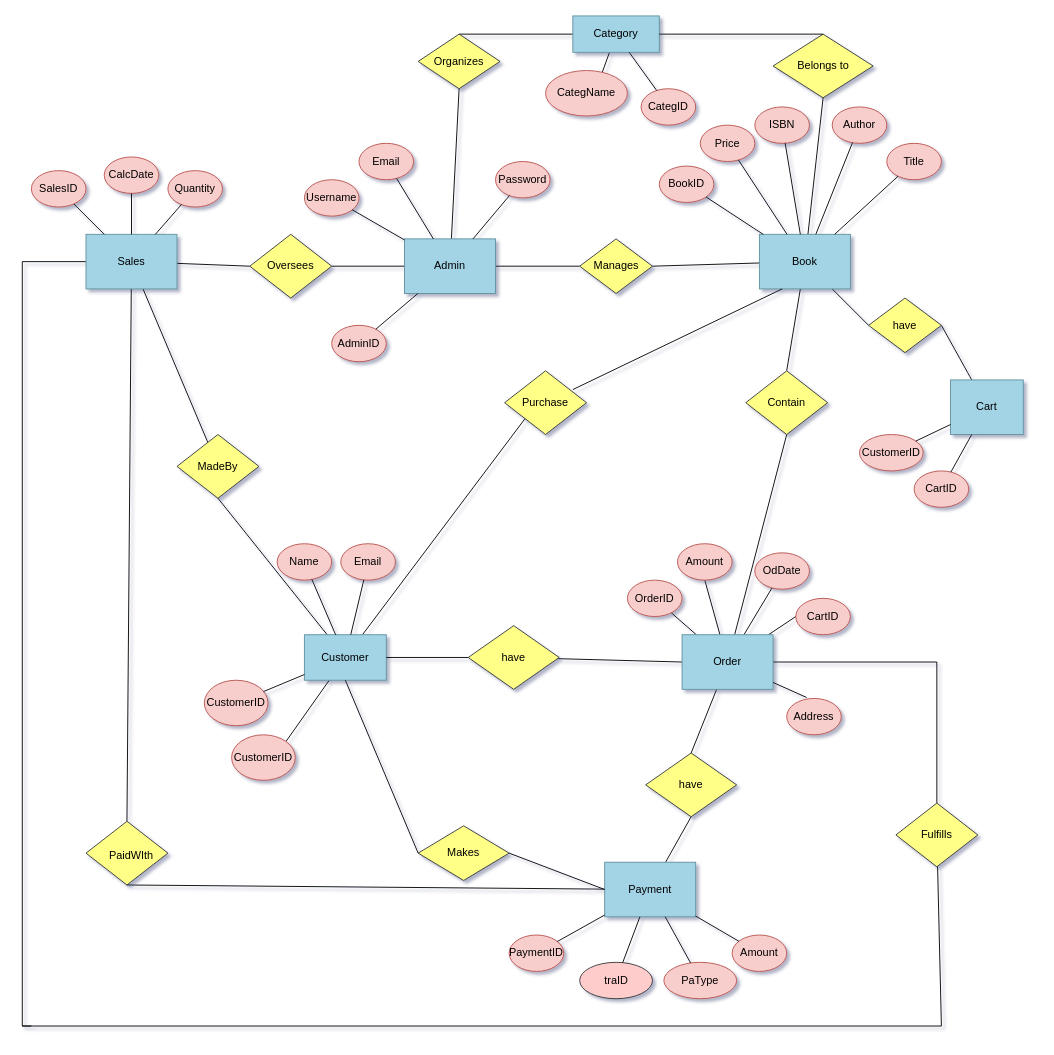
Above: shuchi.drawio in Zul-Qarnain/Database_project (draw.io), before the change. Source tidied: cells renumbered, new cells numbered last; positions are measured from the earlier drawing's top-left corner, leaving out a move shared by most shapes. Both pictures are drawn from the tidied source at 91%, with x=0, y=0 at pixel (22, 15).
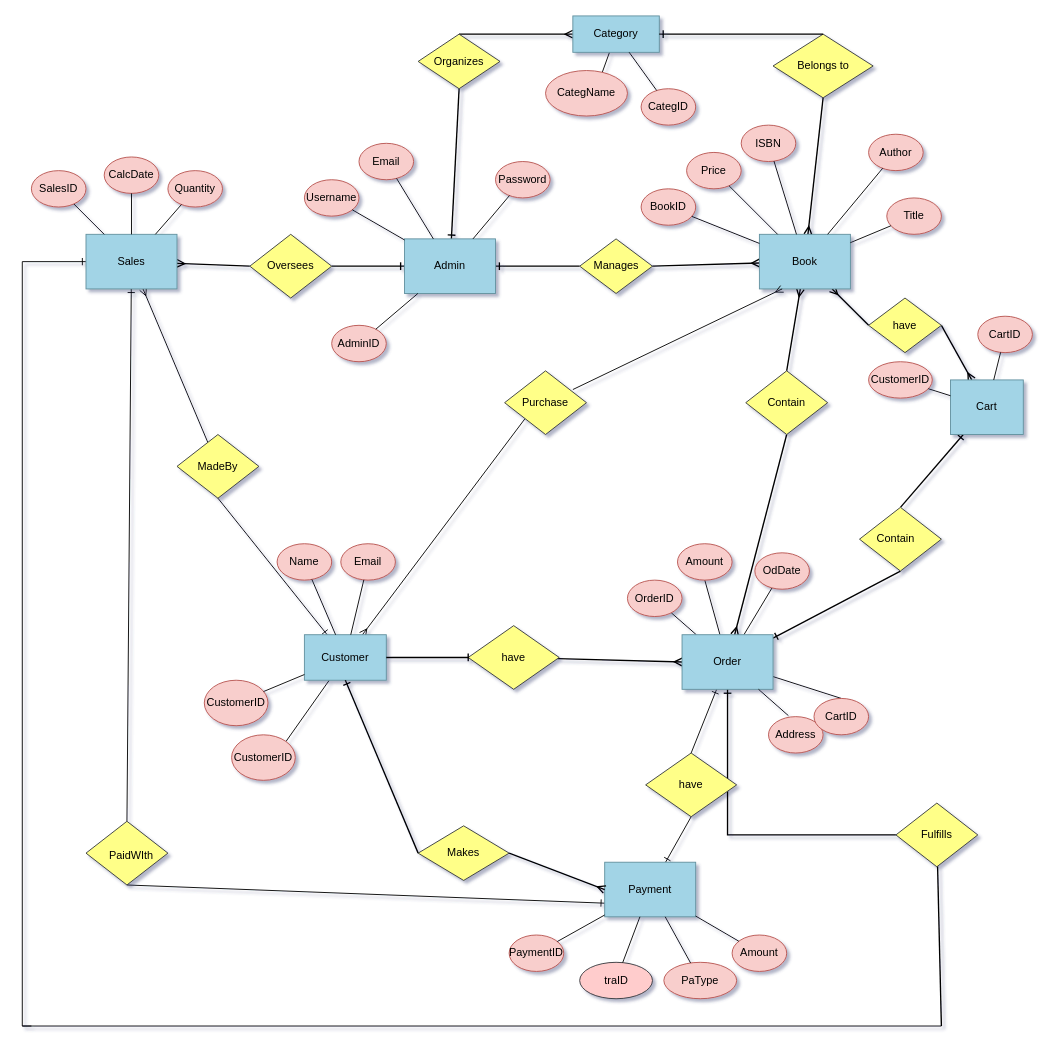
After the change.

The change refers to these unchanged cells:
```xml
<mxCell id="5" value="Admin" style="rounded=0;whiteSpace=wrap;html=1;fillColor=#a2d4e6;strokeColor=#63919f;" parent="1" vertex="1">
  <mxGeometry x="420" y="245" width="100" height="60" as="geometry" />
</mxCell>
<mxCell id="14" value="Manages" style="rhombus;whiteSpace=wrap;html=1;fillColor=#ffff88;strokeColor=#36393d;" parent="1" vertex="1">
  <mxGeometry x="612.5" y="245" width="80" height="60" as="geometry" />
</mxCell>
<mxCell id="19" value="Book" style="rounded=0;whiteSpace=wrap;html=1;fillColor=#a2d4e6;strokeColor=#63919f;" parent="1" vertex="1">
  <mxGeometry x="810" y="240" width="100" height="60" as="geometry" />
</mxCell>
<mxCell id="32" value="Payment" style="rounded=0;whiteSpace=wrap;html=1;fillColor=#a2d4e6;strokeColor=#63919f;" parent="1" vertex="1">
  <mxGeometry x="640" y="930" width="100" height="60" as="geometry" />
</mxCell>
<mxCell id="44" value="Customer" style="rounded=0;whiteSpace=wrap;html=1;fillColor=#a2d4e6;strokeColor=#63919f;" parent="1" vertex="1">
  <mxGeometry x="310" y="680" width="90" height="50" as="geometry" />
</mxCell>
<mxCell id="52" style="rhombus;whiteSpace=wrap;html=1;fillColor=#ffff88;strokeColor=#36393d;" parent="1" vertex="1">
  <mxGeometry x="490" y="670" width="100" height="70" as="geometry" />
</mxCell>
<mxCell id="55" style="rhombus;whiteSpace=wrap;html=1;fillColor=#ffff88;strokeColor=#36393d;" parent="1" vertex="1">
  <mxGeometry x="435" y="890" width="100" height="60" as="geometry" />
</mxCell>
<mxCell id="60" value="Cart" style="rounded=0;whiteSpace=wrap;html=1;fillColor=#a2d4e6;strokeColor=#63919f;" parent="1" vertex="1">
  <mxGeometry x="1020" y="400" width="80" height="60" as="geometry" />
</mxCell>
<mxCell id="65" value="have" style="rhombus;whiteSpace=wrap;html=1;fillColor=#ffff88;strokeColor=#36393d;" parent="1" vertex="1">
  <mxGeometry x="930" y="310" width="80" height="60" as="geometry" />
</mxCell>
<mxCell id="73" value="Order" style="rounded=0;whiteSpace=wrap;html=1;fillColor=#a2d4e6;strokeColor=#63919f;" parent="1" vertex="1">
  <mxGeometry x="725" y="680" width="100" height="60" as="geometry" />
</mxCell>
<mxCell id="82" value="Sales" style="rounded=0;whiteSpace=wrap;html=1;fillColor=#a2d4e6;strokeColor=#63919f;" parent="1" vertex="1">
  <mxGeometry x="70" y="240" width="100" height="60" as="geometry" />
</mxCell>
<mxCell id="89" style="rhombus;whiteSpace=wrap;html=1;fillColor=#ffff88;strokeColor=#36393d;" parent="1" vertex="1">
  <mxGeometry x="250" y="240" width="90" height="70" as="geometry" />
</mxCell>
<mxCell id="93" value="Category" style="rounded=0;whiteSpace=wrap;html=1;fillColor=#a2d4e6;strokeColor=#63919f;" parent="1" vertex="1">
  <mxGeometry x="605" width="95" height="40" as="geometry" />
</mxCell>
<mxCell id="97" style="rhombus;whiteSpace=wrap;html=1;fillColor=#ffff88;strokeColor=#36393d;" parent="1" vertex="1">
  <mxGeometry x="435" y="20" width="90" height="60" as="geometry" />
</mxCell>
<mxCell id="99" style="rhombus;whiteSpace=wrap;html=1;fillColor=#ffff88;strokeColor=#36393d;" parent="1" vertex="1">
  <mxGeometry x="825" y="20" width="110" height="70" as="geometry" />
</mxCell>
<mxCell id="105" style="rhombus;whiteSpace=wrap;html=1;fillColor=#ffff88;strokeColor=#36393d;" parent="1" vertex="1">
  <mxGeometry x="685" y="810" width="100" height="70" as="geometry" />
</mxCell>
<mxCell id="107" style="rhombus;whiteSpace=wrap;html=1;fillColor=#ffff88;strokeColor=#36393d;" parent="1" vertex="1">
  <mxGeometry x="795" y="390" width="90" height="70" as="geometry" />
</mxCell>
<mxCell id="109" style="rhombus;whiteSpace=wrap;html=1;fillColor=#ffff88;strokeColor=#36393d;" parent="1" vertex="1">
  <mxGeometry x="530" y="390" width="90" height="70" as="geometry" />
</mxCell>
<mxCell id="111" value="Purchase" style="text;html=1;align=center;verticalAlign=middle;whiteSpace=wrap;rounded=0;" parent="1" vertex="1">
  <mxGeometry x="545" y="410" width="60" height="30" as="geometry" />
</mxCell>
<mxCell id="112" style="rhombus;whiteSpace=wrap;html=1;fillColor=#ffff88;strokeColor=#36393d;" parent="1" vertex="1">
  <mxGeometry x="170" y="460" width="90" height="70" as="geometry" />
</mxCell>
<mxCell id="114" style="rhombus;whiteSpace=wrap;html=1;fillColor=#ffff88;strokeColor=#36393d;" parent="1" vertex="1">
  <mxGeometry x="70" y="885" width="90" height="70" as="geometry" />
</mxCell>
<mxCell id="117" style="rhombus;whiteSpace=wrap;html=1;fillColor=#ffff88;strokeColor=#36393d;" parent="1" vertex="1">
  <mxGeometry x="960" y="865" width="90" height="70" as="geometry" />
</mxCell>
```

Diff of the diagram source:
```diff
@@
-    <mxCell id="2" style="rounded=0;jettySize=auto;html=1;entryX=1;entryY=0.5;entryDx=0;entryDy=0;endArrow=none;endFill=0;" parent="1" edge="1" source="5" target="89">
+    <mxCell id="2" style="rounded=0;jettySize=auto;html=1;endArrow=ERone;endFill=0;strokeWidth=1.5;exitX=1;exitY=0.5;exitDx=0;exitDy=0;" parent="1" edge="1" source="89" target="5">
       <mxGeometry relative="1" as="geometry" />
     </mxCell>
-    <mxCell id="3" style="rounded=0;jettySize=auto;html=1;entryX=0.5;entryY=1;entryDx=0;entryDy=0;endArrow=none;endFill=0;" parent="1" edge="1" source="5" target="97">
+    <mxCell id="3" style="rounded=0;jettySize=auto;html=1;endArrow=ERone;endFill=0;strokeWidth=1.5;exitX=0.5;exitY=1;exitDx=0;exitDy=0;" parent="1" edge="1" source="97" target="5">
       <mxGeometry relative="1" as="geometry" />
     </mxCell>
-    <mxCell id="4" style="rounded=0;jettySize=auto;html=1;endArrow=none;endFill=0;" parent="1" edge="1" source="5" target="14">
+    <mxCell id="4" style="rounded=0;jettySize=auto;html=1;endArrow=ERone;endFill=0;strokeWidth=1.5;" parent="1" edge="1" source="14" target="5">
       <mxGeometry relative="1" as="geometry" />
     </mxCell>
@@
-    <mxCell id="15" style="rounded=0;jettySize=auto;html=1;entryX=0;entryY=0.5;entryDx=0;entryDy=0;endArrow=none;endFill=0;" parent="1" edge="1" source="19" target="65">
+    <mxCell id="15" style="rounded=0;jettySize=auto;html=1;endArrow=ERmany;endFill=0;exitX=0;exitY=0.5;exitDx=0;exitDy=0;strokeWidth=1.5;" parent="1" edge="1" source="65" target="19">
       <mxGeometry relative="1" as="geometry" />
     </mxCell>
-    <mxCell id="16" style="rounded=0;jettySize=auto;html=1;entryX=0.5;entryY=1;entryDx=0;entryDy=0;endArrow=none;endFill=0;" parent="1" edge="1" source="19" target="99">
+    <mxCell id="16" style="rounded=0;jettySize=auto;html=1;endArrow=ERmany;endFill=0;exitX=0.5;exitY=1;exitDx=0;exitDy=0;strokeWidth=1.5;" parent="1" edge="1" source="99" target="19">
       <mxGeometry relative="1" as="geometry" />
     </mxCell>
-    <mxCell id="17" style="rounded=0;jettySize=auto;html=1;entryX=0.5;entryY=0;entryDx=0;entryDy=0;endArrow=none;endFill=0;" parent="1" edge="1" source="19" target="107">
+    <mxCell id="17" style="rounded=0;jettySize=auto;html=1;endArrow=ERmany;endFill=0;exitX=0.5;exitY=0;exitDx=0;exitDy=0;strokeWidth=1.5;" parent="1" edge="1" source="107" target="19">
       <mxGeometry relative="1" as="geometry" />
     </mxCell>
-    <mxCell id="18" style="rounded=0;jettySize=auto;html=1;entryX=1;entryY=0.5;entryDx=0;entryDy=0;endArrow=none;endFill=0;" parent="1" edge="1" source="19" target="14">
+    <mxCell id="18" style="rounded=0;jettySize=auto;html=1;endArrow=ERmany;endFill=0;exitX=1;exitY=0.5;exitDx=0;exitDy=0;strokeWidth=1.5;" parent="1" edge="1" source="14" target="19">
       <mxGeometry relative="1" as="geometry" />
     </mxCell>
@@
     <mxCell id="20" value="BookID" style="ellipse;whiteSpace=wrap;html=1;fillColor=#f8cecc;strokeColor=#b85450;" parent="1" vertex="1">
-      <mxGeometry x="700" y="165" width="60" height="40" as="geometry" />
+      <mxGeometry x="680" y="190" width="60" height="40" as="geometry" />
     </mxCell>
@@
     <mxCell id="22" value="Title" style="ellipse;whiteSpace=wrap;html=1;fillColor=#f8cecc;strokeColor=#b85450;" parent="1" vertex="1">
-      <mxGeometry x="950" y="140" width="60" height="40" as="geometry" />
+      <mxGeometry x="950" y="200" width="60" height="40" as="geometry" />
     </mxCell>
@@
     <mxCell id="24" value="ISBN" style="ellipse;whiteSpace=wrap;html=1;fillColor=#f8cecc;strokeColor=#b85450;" parent="1" vertex="1">
-      <mxGeometry x="805" y="100" width="60" height="40" as="geometry" />
+      <mxGeometry x="790" y="120" width="60" height="40" as="geometry" />
     </mxCell>
@@
     <mxCell id="26" value="Price" style="ellipse;whiteSpace=wrap;html=1;fillColor=#f8cecc;strokeColor=#b85450;" parent="1" vertex="1">
-      <mxGeometry x="745" y="120" width="60" height="40" as="geometry" />
+      <mxGeometry x="730" y="150" width="60" height="40" as="geometry" />
     </mxCell>
@@
     <mxCell id="28" value="Author" style="ellipse;whiteSpace=wrap;html=1;fillColor=#f8cecc;strokeColor=#b85450;" parent="1" vertex="1">
-      <mxGeometry x="890" y="100" width="60" height="40" as="geometry" />
+      <mxGeometry x="930" y="130" width="60" height="40" as="geometry" />
     </mxCell>
@@
-    <mxCell id="30" style="rounded=0;jettySize=auto;html=1;endArrow=none;endFill=0;" parent="1" edge="1" source="32">
+    <mxCell id="30" style="rounded=0;jettySize=auto;html=1;endArrow=ERone;endFill=0;" parent="1" edge="1" target="32">
       <mxGeometry relative="1" as="geometry">
-        <mxPoint x="735" y="880" as="targetPoint" />
+        <mxPoint x="735" y="880" as="sourcePoint" />
       </mxGeometry>
     </mxCell>
-    <mxCell id="31" style="rounded=0;jettySize=auto;html=1;entryX=0.5;entryY=1;entryDx=0;entryDy=0;endArrow=none;endFill=0;" parent="1" edge="1" source="32" target="114">
+    <mxCell id="31" style="rounded=0;jettySize=auto;html=1;entryX=0;entryY=0.75;entryDx=0;entryDy=0;endArrow=ERone;endFill=0;exitX=0.5;exitY=1;exitDx=0;exitDy=0;" parent="1" edge="1" source="114" target="32">
       <mxGeometry relative="1" as="geometry" />
     </mxCell>
@@
-    <mxCell id="42" style="rounded=0;jettySize=auto;html=1;entryX=0;entryY=1;entryDx=0;entryDy=0;endArrow=none;endFill=0;" parent="1" edge="1" source="44" target="109">
+    <mxCell id="42" style="rounded=0;jettySize=auto;html=1;endArrow=ERmany;endFill=0;exitX=0;exitY=1;exitDx=0;exitDy=0;" parent="1" edge="1" source="109" target="44">
       <mxGeometry relative="1" as="geometry" />
     </mxCell>
-    <mxCell id="43" style="rounded=0;jettySize=auto;html=1;entryX=0.5;entryY=1;entryDx=0;entryDy=0;endArrow=none;endFill=0;" parent="1" edge="1" source="44" target="112">
+    <mxCell id="43" style="rounded=0;jettySize=auto;html=1;endArrow=ERone;endFill=0;exitX=0.5;exitY=1;exitDx=0;exitDy=0;" parent="1" edge="1" source="112" target="44">
       <mxGeometry relative="1" as="geometry" />
     </mxCell>
@@
-    <mxCell id="51" style="rounded=0;jettySize=auto;html=1;entryX=0;entryY=0.5;entryDx=0;entryDy=0;endArrow=none;endFill=0;" parent="1" edge="1" source="52" target="73">
+    <mxCell id="51" style="rounded=0;jettySize=auto;html=1;entryX=0;entryY=0.5;entryDx=0;entryDy=0;endArrow=ERmany;endFill=0;strokeWidth=1.5;" parent="1" edge="1" source="52" target="73">
       <mxGeometry relative="1" as="geometry" />
     </mxCell>
@@
-    <mxCell id="54" style="endArrow=none;html=1;rounded=0;entryX=0;entryY=0.5;entryDx=0;entryDy=0;" parent="1" edge="1" target="52">
+    <mxCell id="54" style="endArrow=baseDash;html=1;rounded=0;entryX=0;entryY=0.5;entryDx=0;entryDy=0;endFill=0;strokeWidth=1.5;" parent="1" edge="1" target="52">
       <mxGeometry relative="1" as="geometry">
         <mxPoint x="400" y="705" as="sourcePoint" />
       </mxGeometry>
     </mxCell>
@@
-    <mxCell id="57" style="endArrow=none;html=1;rounded=0;entryX=0;entryY=0.5;entryDx=0;entryDy=0;exitX=1;exitY=0.5;exitDx=0;exitDy=0;" parent="1" edge="1" source="55" target="32">
+    <mxCell id="57" style="endArrow=ERmany;html=1;rounded=0;entryX=0;entryY=0.5;entryDx=0;entryDy=0;exitX=1;exitY=0.5;exitDx=0;exitDy=0;endFill=0;strokeWidth=1.5;" parent="1" edge="1" source="55" target="32">
       <mxGeometry relative="1" as="geometry" />
     </mxCell>
-    <mxCell id="58" style="endArrow=none;html=1;rounded=0;exitX=0.5;exitY=1;exitDx=0;exitDy=0;entryX=0;entryY=0.5;entryDx=0;entryDy=0;" parent="1" edge="1" source="44" target="55">
+    <mxCell id="58" style="endArrow=ERone;html=1;rounded=0;exitX=0;exitY=0.5;exitDx=0;exitDy=0;entryX=0.5;entryY=1;entryDx=0;entryDy=0;endFill=0;strokeWidth=1.5;" parent="1" edge="1" source="55" target="44">
       <mxGeometry relative="1" as="geometry" />
     </mxCell>
-    <mxCell id="59" style="rounded=0;jettySize=auto;html=1;entryX=1;entryY=0.5;entryDx=0;entryDy=0;curved=1;strokeColor=default;endArrow=none;endFill=0;" parent="1" edge="1" source="60" target="65">
+    <mxCell id="59" style="rounded=0;jettySize=auto;html=1;curved=1;strokeColor=default;endArrow=ERmany;endFill=0;exitX=1;exitY=0.5;exitDx=0;exitDy=0;strokeWidth=1.5;" parent="1" edge="1" source="65" target="60">
       <mxGeometry relative="1" as="geometry" />
     </mxCell>
+    <mxCell id="120" style="rounded=0;jettySize=auto;html=1;endArrow=ERone;endFill=0;strokeWidth=1.5;exitX=0.5;exitY=0;exitDx=0;exitDy=0;" parent="1" edge="1" source="122" target="60">
+      <mxGeometry relative="1" as="geometry" />
+    </mxCell>
@@
     <mxCell id="61" value="CartID" style="ellipse;whiteSpace=wrap;html=1;fillColor=#f8cecc;strokeColor=#b85450;" parent="1" vertex="1">
-      <mxGeometry x="980" y="500" width="60" height="40" as="geometry" />
+      <mxGeometry x="1050" y="330" width="60" height="40" as="geometry" />
     </mxCell>
@@
     <mxCell id="63" value="CustomerID" style="ellipse;whiteSpace=wrap;html=1;fillColor=#f8cecc;strokeColor=#b85450;" parent="1" vertex="1">
-      <mxGeometry x="920" y="460" width="70" height="40" as="geometry" />
+      <mxGeometry x="930" y="380" width="70" height="40" as="geometry" />
     </mxCell>
@@
-    <mxCell id="70" style="rounded=0;jettySize=auto;html=1;endArrow=none;endFill=0;entryX=0.5;entryY=0;entryDx=0;entryDy=0;" parent="1" edge="1" source="73" target="105">
+    <mxCell id="70" style="rounded=0;jettySize=auto;html=1;endArrow=ERone;endFill=0;exitX=0.5;exitY=0;exitDx=0;exitDy=0;" parent="1" edge="1" source="105" target="73">
       <mxGeometry relative="1" as="geometry" />
     </mxCell>
-    <mxCell id="71" style="rounded=0;jettySize=auto;html=1;entryX=0.5;entryY=1;entryDx=0;entryDy=0;endArrow=none;endFill=0;" parent="1" edge="1" source="73" target="107">
+    <mxCell id="71" style="rounded=0;jettySize=auto;html=1;endArrow=ERmany;endFill=0;exitX=0.5;exitY=1;exitDx=0;exitDy=0;strokeWidth=1.5;" parent="1" edge="1" source="107" target="73">
       <mxGeometry relative="1" as="geometry" />
     </mxCell>
-    <mxCell id="72" style="edgeStyle=orthogonalEdgeStyle;rounded=0;jettySize=auto;html=1;endArrow=none;endFill=0;" parent="1" edge="1" source="73" target="117">
+    <mxCell id="72" style="edgeStyle=orthogonalEdgeStyle;rounded=0;jettySize=auto;html=1;endArrow=ERone;endFill=0;strokeWidth=1.5;" parent="1" edge="1" source="117" target="73">
       <mxGeometry relative="1" as="geometry" />
     </mxCell>
+    <mxCell id="121" style="rounded=0;jettySize=auto;html=1;endArrow=ERone;endFill=0;strokeWidth=1.5;exitX=0.5;exitY=1;exitDx=0;exitDy=0;" parent="1" edge="1" source="122" target="73">
+      <mxGeometry relative="1" as="geometry" />
+    </mxCell>
@@
     <mxCell id="75" value="Address" style="ellipse;whiteSpace=wrap;html=1;fillColor=#f8cecc;strokeColor=#b85450;" parent="1" vertex="1">
-      <mxGeometry x="840" y="750" width="60" height="40" as="geometry" />
+      <mxGeometry x="820" y="770" width="60" height="40" as="geometry" />
     </mxCell>
@@
-    <mxCell id="78" style="rounded=0;jettySize=auto;html=1;entryX=0;entryY=0.5;entryDx=0;entryDy=0;endArrow=none;endFill=0;" parent="1" edge="1" source="82" target="89">
+    <mxCell id="78" style="rounded=0;jettySize=auto;html=1;endArrow=ERmany;endFill=0;strokeWidth=1.5;exitX=0;exitY=0.5;exitDx=0;exitDy=0;" parent="1" edge="1" source="89" target="82">
       <mxGeometry relative="1" as="geometry" />
     </mxCell>
-    <mxCell id="79" style="rounded=0;jettySize=auto;html=1;endArrow=none;endFill=0;" parent="1" edge="1" source="82" target="112">
+    <mxCell id="79" style="rounded=0;jettySize=auto;html=1;endArrow=ERmany;endFill=0;" parent="1" edge="1" source="112" target="82">
       <mxGeometry relative="1" as="geometry" />
     </mxCell>
-    <mxCell id="80" style="rounded=0;jettySize=auto;html=1;entryX=0.5;entryY=0;entryDx=0;entryDy=0;endArrow=none;endFill=0;" parent="1" edge="1" source="82" target="114">
+    <mxCell id="80" style="rounded=0;jettySize=auto;html=1;endArrow=ERone;endFill=0;exitX=0.5;exitY=0;exitDx=0;exitDy=0;" parent="1" edge="1" source="114" target="82">
       <mxGeometry relative="1" as="geometry" />
     </mxCell>
-    <mxCell id="81" style="edgeStyle=orthogonalEdgeStyle;rounded=0;jettySize=auto;html=1;endArrow=none;endFill=0;" parent="1" edge="1" source="82">
+    <mxCell id="81" style="edgeStyle=orthogonalEdgeStyle;rounded=0;jettySize=auto;html=1;endArrow=ERone;endFill=0;" parent="1" edge="1" target="82">
       <mxGeometry relative="1" as="geometry">
-        <mxPoint x="10" y="1110" as="targetPoint" />
+        <mxPoint x="10" y="1110" as="sourcePoint" />
         <Array as="points">
+          <mxPoint x="10" y="1110" />
+          <mxPoint y="1110" />
           <mxPoint y="270" />
-          <mxPoint y="1110" />
-          <mxPoint x="10" y="1110" />
         </Array>
       </mxGeometry>
     </mxCell>
@@
-    <mxCell id="92" style="rounded=0;jettySize=auto;html=1;entryX=0.5;entryY=0;entryDx=0;entryDy=0;endArrow=none;endFill=0;" parent="1" edge="1" source="93" target="97">
+    <mxCell id="92" style="rounded=0;jettySize=auto;html=1;endArrow=ERmany;endFill=0;exitX=0.5;exitY=0;exitDx=0;exitDy=0;strokeWidth=1.5;" parent="1" edge="1" source="97" target="93">
       <mxGeometry relative="1" as="geometry" />
     </mxCell>
@@
-    <mxCell id="100" style="rounded=0;jettySize=auto;html=1;exitX=0.5;exitY=0;exitDx=0;exitDy=0;endArrow=none;endFill=0;" parent="1" edge="1" source="99" target="93">
+    <mxCell id="100" style="rounded=0;jettySize=auto;html=1;exitX=0.5;exitY=0;exitDx=0;exitDy=0;endArrow=ERone;endFill=0;strokeWidth=1.5;" parent="1" edge="1" source="99" target="93">
       <mxGeometry relative="1" as="geometry" />
     </mxCell>
@@
     <mxCell id="102" value="CartID" style="ellipse;whiteSpace=wrap;html=1;fillColor=#f8cecc;strokeColor=#b85450;" parent="1" vertex="1">
-      <mxGeometry x="850" y="640" width="60" height="40" as="geometry" />
+      <mxGeometry x="870" y="750" width="60" height="40" as="geometry" />
     </mxCell>
@@
-    <mxCell id="110" style="rounded=0;jettySize=auto;html=1;entryX=0.25;entryY=1;entryDx=0;entryDy=0;endArrow=none;endFill=0;" parent="1" edge="1" source="111" target="19">
+    <mxCell id="110" style="rounded=0;jettySize=auto;html=1;entryX=0.25;entryY=1;entryDx=0;entryDy=0;endArrow=ERmany;endFill=0;" parent="1" edge="1" source="111" target="19">
       <mxGeometry relative="1" as="geometry" />
     </mxCell>
@@
-    <mxCell id="116" style="rounded=0;jettySize=auto;html=1;endArrow=none;endFill=0;" parent="1" edge="1" source="117">
+    <mxCell id="116" style="rounded=0;jettySize=auto;html=1;endArrow=none;endFill=0;strokeWidth=1.5;" parent="1" edge="1" source="117">
       <mxGeometry relative="1" as="geometry">
         <mxPoint x="1010" y="1110" as="targetPoint" />
       </mxGeometry>
     </mxCell>
@@
+    <mxCell id="122" style="rhombus;whiteSpace=wrap;html=1;fillColor=#ffff88;strokeColor=#36393d;" parent="1" vertex="1">
+      <mxGeometry x="920" y="540" width="90" height="70" as="geometry" />
+    </mxCell>
+    <mxCell id="123" value="Contain" style="text;html=1;align=center;verticalAlign=middle;whiteSpace=wrap;rounded=0;" parent="1" vertex="1">
+      <mxGeometry x="930" y="560" width="60" height="30" as="geometry" />
+    </mxCell>
```
